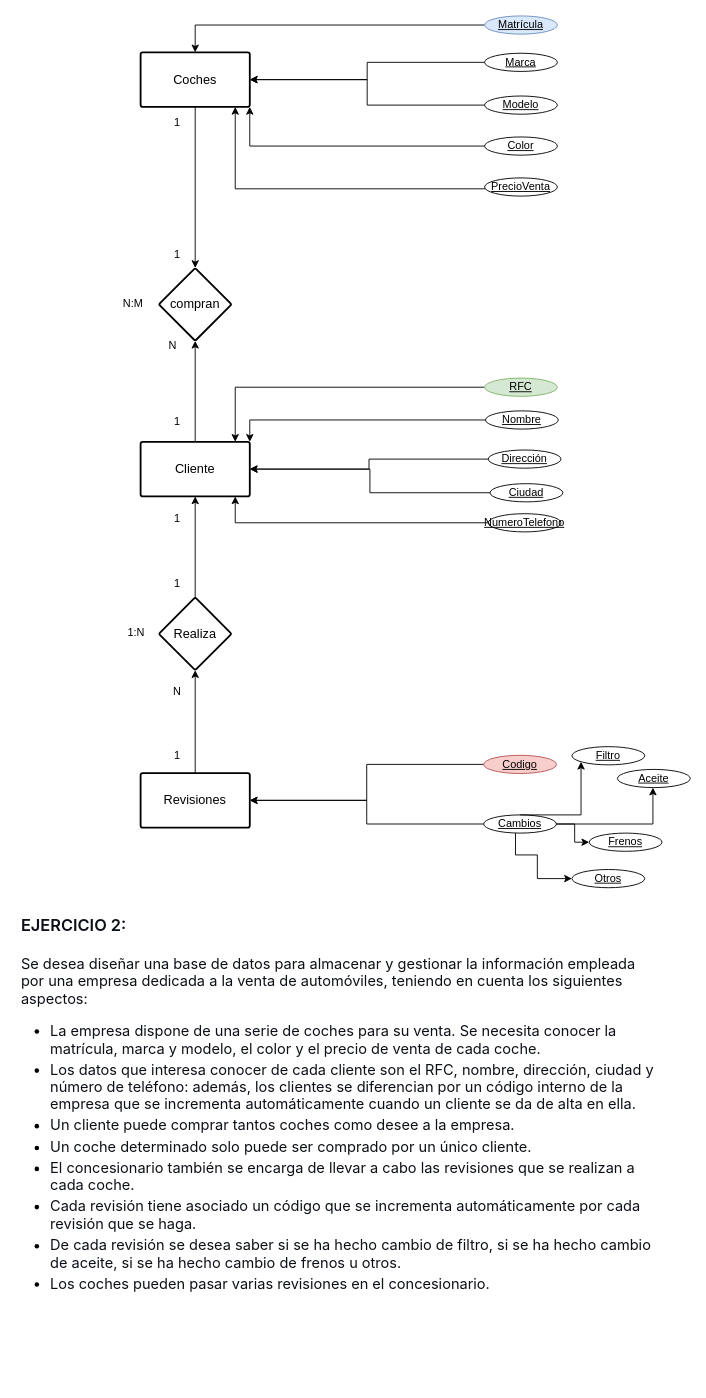
Before: page "Ejercicio 2" (2 of 2) of Diagrama sin título.drawio in ErickCst/basesDatos, a draw.io diagram. Source tidied: cells renumbered, new cells numbered last; positions are measured from the earlier drawing's top-left corner, leaving out a move shared by most shapes. Both pictures are drawn from the tidied source at 91%, with x=0, y=0 at pixel (15, 15).
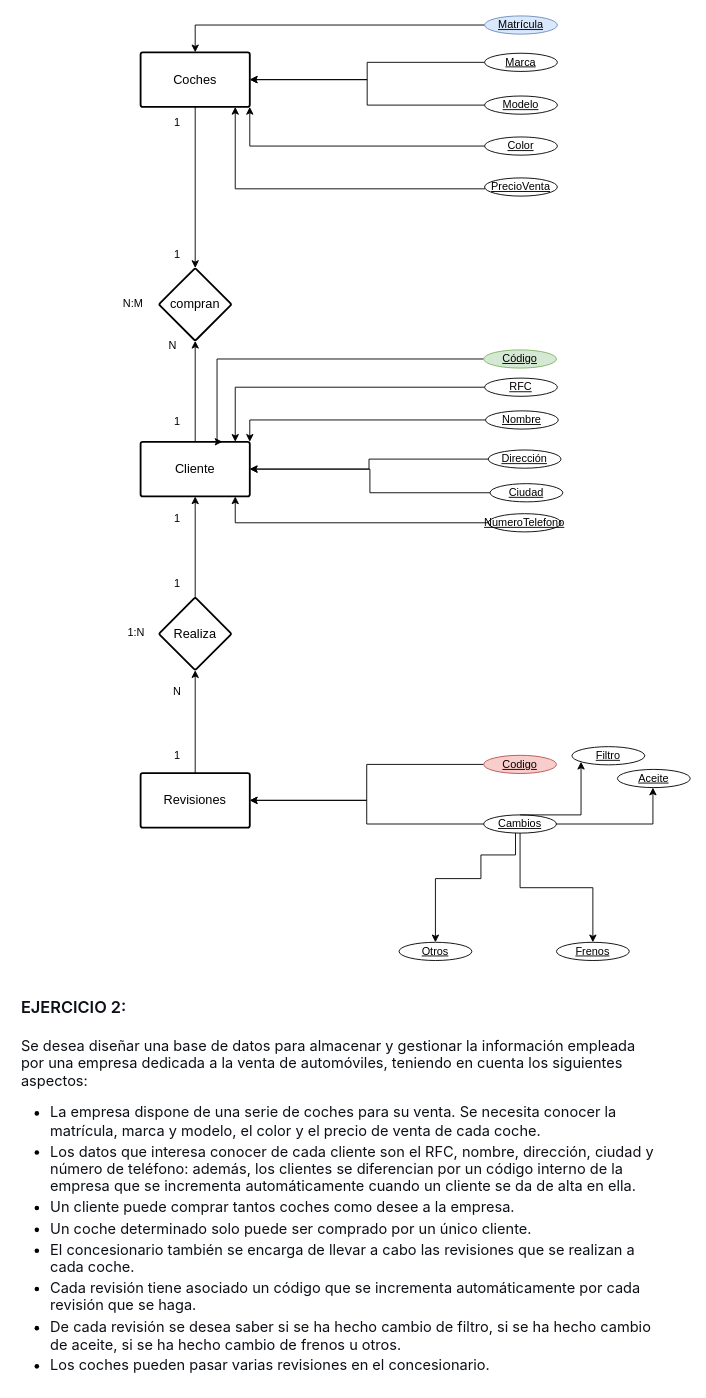
Above is the later version.

Unchanged cells that the change refers to:
```xml
<mxCell id="8" value="Cliente" style="whiteSpace=wrap;html=1;fontSize=14;fontStyle=0;startSize=50;rounded=1;strokeWidth=2;shadow=0;dashed=0;arcSize=4;" parent="1" vertex="1">
  <mxGeometry x="137" y="468" width="120" height="60" as="geometry" />
</mxCell>
<mxCell id="24" value="Cambios" style="ellipse;whiteSpace=wrap;html=1;align=center;fontStyle=4;" parent="1" vertex="1">
  <mxGeometry x="514" y="878" width="80" height="20" as="geometry" />
</mxCell>
```

Diff of the diagram source:
```diff
@@
-    <mxCell id="28" value="RFC" style="ellipse;whiteSpace=wrap;html=1;align=center;fontStyle=4;fillColor=#d5e8d4;strokeColor=#82b366;" parent="1" vertex="1">
+    <mxCell id="28" value="RFC" style="ellipse;whiteSpace=wrap;html=1;align=center;fontStyle=4;fillColor=#FFFFFF;strokeColor=default;" parent="1" vertex="1">
       <mxGeometry x="515" y="398" width="80" height="20" as="geometry" />
     </mxCell>
@@
     <mxCell id="42" value="&lt;h2 style=&quot;box-sizing: border-box; margin-top: 24px; margin-bottom: 16px; font-weight: var(--base-text-weight-semibold, 600); line-height: 1.25; padding-bottom: 0.3em; border-bottom: 1px solid var(--borderColor-muted, var(--color-border-muted)); font-family: -apple-system, BlinkMacSystemFont, &amp;quot;Segoe UI&amp;quot;, &amp;quot;Noto Sans&amp;quot;, Helvetica, Arial, sans-serif, &amp;quot;Apple Color Emoji&amp;quot;, &amp;quot;Segoe UI Emoji&amp;quot;;&quot; dir=&quot;auto&quot; tabindex=&quot;-1&quot;&gt;&lt;font style=&quot;&quot; color=&quot;#0d1117&quot;&gt;EJERCICIO 2:&lt;/font&gt;&lt;/h2&gt;&lt;p style=&quot;box-sizing: border-box; margin-top: 0px; margin-bottom: 16px; font-family: -apple-system, BlinkMacSystemFont, &amp;quot;Segoe UI&amp;quot;, &amp;quot;Noto Sans&amp;quot;, Helvetica, Arial, sans-serif, &amp;quot;Apple Color Emoji&amp;quot;, &amp;quot;Segoe UI Emoji&amp;quot;; font-size: 16px;&quot; dir=&quot;auto&quot;&gt;&lt;font color=&quot;#0d1117&quot;&gt;Se desea diseñar una base de datos para almacenar y gestionar la información empleada por una empresa dedicada a la venta de automóviles, teniendo en cuenta los siguientes aspectos:&lt;/font&gt;&lt;/p&gt;&lt;ul style=&quot;box-sizing: border-box; padding-left: 2em; margin-top: 0px; margin-bottom: 16px; font-family: -apple-system, BlinkMacSystemFont, &amp;quot;Segoe UI&amp;quot;, &amp;quot;Noto Sans&amp;quot;, Helvetica, Arial, sans-serif, &amp;quot;Apple Color Emoji&amp;quot;, &amp;quot;Segoe UI Emoji&amp;quot;; font-size: 16px;&quot; dir=&quot;auto&quot;&gt;&lt;li style=&quot;box-sizing: border-box;&quot;&gt;&lt;font color=&quot;#0d1117&quot;&gt;La empresa dispone de una serie de coches para su venta. Se necesita conocer la matrícula, marca y modelo, el color y el precio de venta de cada coche.&lt;/font&gt;&lt;/li&gt;&lt;li style=&quot;box-sizing: border-box; margin-top: 0.25em;&quot;&gt;&lt;font color=&quot;#0d1117&quot;&gt;Los datos que interesa conocer de cada cliente son el RFC, nombre, dirección, ciudad y número de teléfono: además, los clientes se diferencian por un código interno de la empresa que se incrementa automáticamente cuando un cliente se da de alta en ella.&lt;/font&gt;&lt;/li&gt;&lt;li style=&quot;box-sizing: border-box; margin-top: 0.25em;&quot;&gt;&lt;font color=&quot;#0d1117&quot;&gt;Un cliente puede comprar tantos coches como desee a la empresa.&lt;/font&gt;&lt;/li&gt;&lt;li style=&quot;box-sizing: border-box; margin-top: 0.25em;&quot;&gt;&lt;font color=&quot;#0d1117&quot;&gt;Un coche determinado solo puede ser comprado por un único cliente.&lt;/font&gt;&lt;/li&gt;&lt;li style=&quot;box-sizing: border-box; margin-top: 0.25em;&quot;&gt;&lt;font color=&quot;#0d1117&quot;&gt;El concesionario también se encarga de llevar a cabo las revisiones que se realizan a cada coche.&lt;/font&gt;&lt;/li&gt;&lt;li style=&quot;box-sizing: border-box; margin-top: 0.25em;&quot;&gt;&lt;font color=&quot;#0d1117&quot;&gt;Cada revisión tiene asociado un código que se incrementa automáticamente por cada revisión que se haga.&lt;/font&gt;&lt;/li&gt;&lt;li style=&quot;box-sizing: border-box; margin-top: 0.25em;&quot;&gt;&lt;font color=&quot;#0d1117&quot;&gt;De cada revisión se desea saber si se ha hecho cambio de filtro, si se ha hecho cambio de aceite, si se ha hecho cambio de frenos u otros.&lt;/font&gt;&lt;/li&gt;&lt;li style=&quot;box-sizing: border-box; margin-top: 0.25em;&quot;&gt;&lt;font style=&quot;&quot; color=&quot;#0d1117&quot;&gt;Los coches pueden pasar varias revisiones en el concesionario.&lt;/font&gt;&lt;/li&gt;&lt;/ul&gt;" style="text;strokeColor=none;fillColor=none;spacingLeft=4;spacingRight=4;overflow=hidden;fontSize=12;whiteSpace=wrap;html=1;align=left;" parent="1" vertex="1">
-      <mxGeometry y="958" width="710" height="450" as="geometry" />
+      <mxGeometry y="1048" width="710" height="450" as="geometry" />
     </mxCell>
@@
     <mxCell id="48" style="edgeStyle=orthogonalEdgeStyle;rounded=0;jettySize=auto;html=1;" parent="1" edge="1" source="24" target="49">
       <mxGeometry relative="1" as="geometry">
         <Array as="points">
           <mxPoint x="549" y="922" />
-          <mxPoint x="573" y="922" />
-          <mxPoint x="573" y="948" />
+          <mxPoint x="511" y="922" />
+          <mxPoint x="511" y="948" />
+          <mxPoint x="461" y="948" />
         </Array>
       </mxGeometry>
     </mxCell>
     <mxCell id="49" value="Otros" style="ellipse;whiteSpace=wrap;html=1;align=center;fontStyle=4;" parent="1" vertex="1">
-      <mxGeometry x="611" y="938" width="80" height="20" as="geometry" />
+      <mxGeometry x="421" y="1018" width="80" height="20" as="geometry" />
     </mxCell>
@@
     <mxCell id="53" value="Frenos" style="ellipse;whiteSpace=wrap;html=1;align=center;fontStyle=4;" parent="1" vertex="1">
-      <mxGeometry x="630" y="898" width="80" height="20" as="geometry" />
+      <mxGeometry x="594" y="1018" width="80" height="20" as="geometry" />
     </mxCell>
+    <mxCell id="54" style="edgeStyle=orthogonalEdgeStyle;rounded=0;jettySize=auto;html=1;exitX=0;exitY=0.5;exitDx=0;exitDy=0;entryX=0.75;entryY=0;entryDx=0;entryDy=0;" parent="1" edge="1" source="55" target="8">
+      <mxGeometry relative="1" as="geometry">
+        <Array as="points">
+          <mxPoint x="221" y="377" />
+          <mxPoint x="221" y="468" />
+        </Array>
+      </mxGeometry>
+    </mxCell>
+    <mxCell id="55" value="Código" style="ellipse;whiteSpace=wrap;html=1;align=center;fontStyle=4;fillColor=#d5e8d4;strokeColor=#82b366;" parent="1" vertex="1">
+      <mxGeometry x="514" y="367" width="80" height="20" as="geometry" />
+    </mxCell>
```
